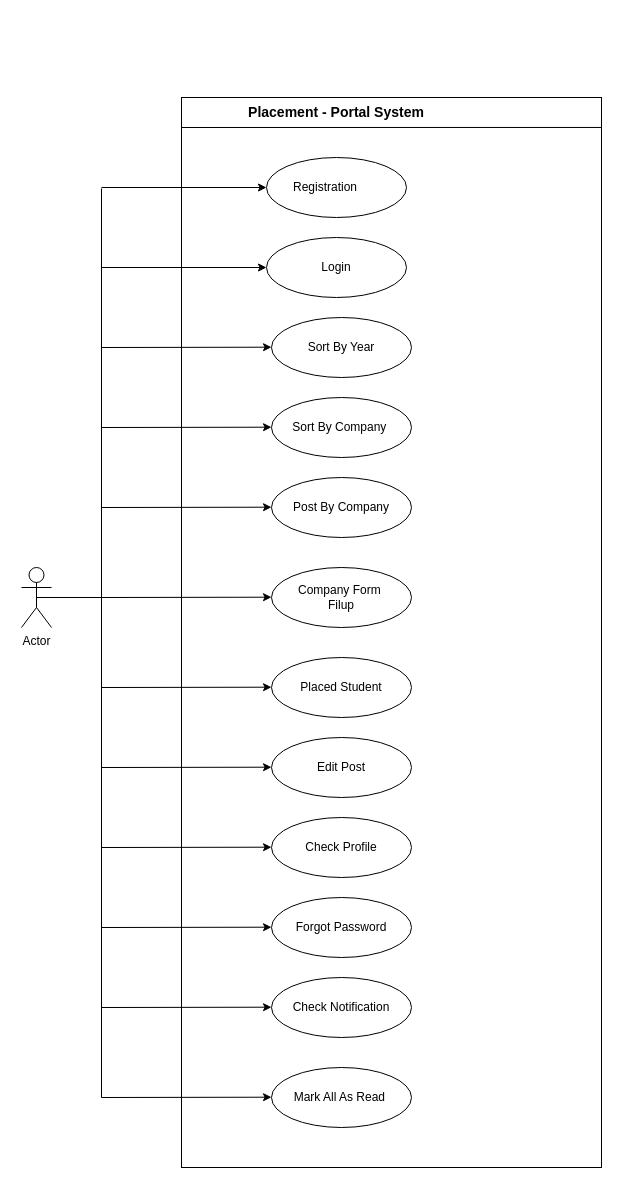
shalulaha/Minor_Project keeps this draw.io diagram as useCase.drawio. Above is the earlier version. Source tidied: cells renumbered, new cells numbered last; positions are measured from the earlier drawing's top-left corner, leaving out a move shared by most shapes. Both pictures are drawn from the tidied source at 100%, with x=0, y=0 at pixel (21, 97).
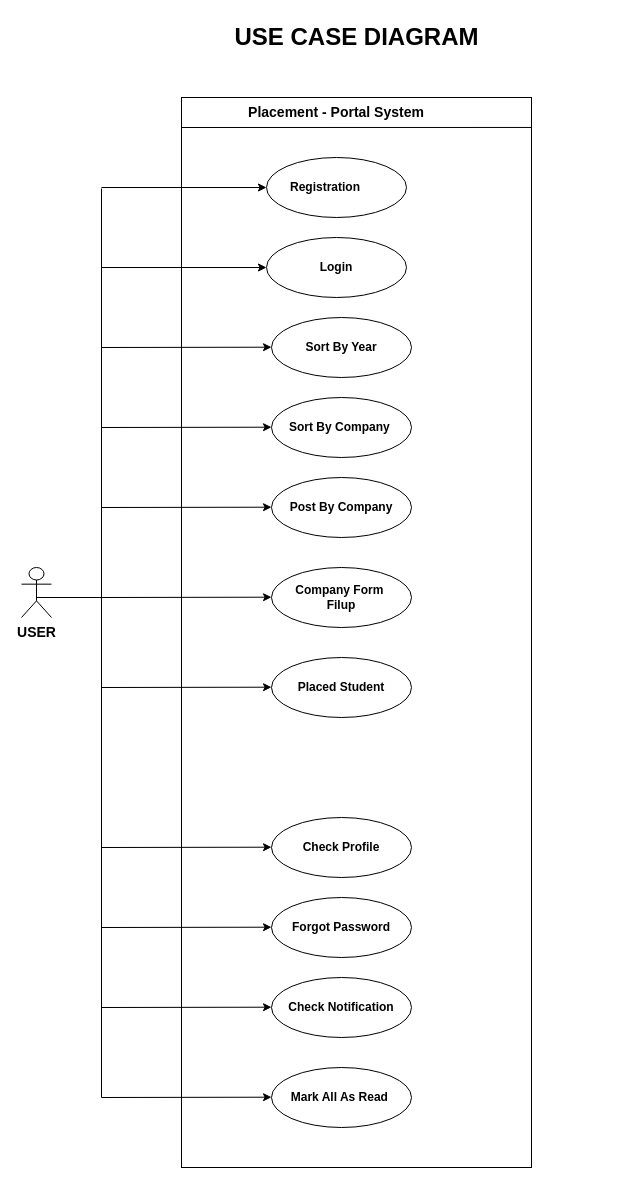
Above is the later version.

Change to the diagram source:
```diff
@@
     <mxCell id="2" style="rounded=0;whiteSpace=wrap;html=1;" parent="1" vertex="1">
-      <mxGeometry x="160" width="420" height="1070" as="geometry" />
+      <mxGeometry x="160" width="350" height="1070" as="geometry" />
     </mxCell>
@@
-    <mxCell id="6" value="Sort By Company&amp;nbsp;" style="ellipse;whiteSpace=wrap;html=1;" parent="1" vertex="1">
+    <mxCell id="6" value="&lt;b&gt;Sort By Company&amp;nbsp;&lt;/b&gt;" style="ellipse;whiteSpace=wrap;html=1;" parent="1" vertex="1">
       <mxGeometry x="250" y="300" width="140" height="60" as="geometry" />
     </mxCell>
-    <mxCell id="7" value="Sort By Year" style="ellipse;whiteSpace=wrap;html=1;" parent="1" vertex="1">
+    <mxCell id="7" value="&lt;b&gt;Sort By Year&lt;/b&gt;" style="ellipse;whiteSpace=wrap;html=1;" parent="1" vertex="1">
       <mxGeometry x="250" y="220" width="140" height="60" as="geometry" />
     </mxCell>
@@
-    <mxCell id="9" value="Post By Company" style="ellipse;whiteSpace=wrap;html=1;" parent="1" vertex="1">
+    <mxCell id="9" value="&lt;b&gt;Post By Company&lt;/b&gt;" style="ellipse;whiteSpace=wrap;html=1;" parent="1" vertex="1">
       <mxGeometry x="250" y="380" width="140" height="60" as="geometry" />
     </mxCell>
-    <mxCell id="10" value="Mark All As Read&amp;nbsp;" style="ellipse;whiteSpace=wrap;html=1;" parent="1" vertex="1">
+    <mxCell id="10" value="&lt;b&gt;Mark All As Read&amp;nbsp;&lt;/b&gt;" style="ellipse;whiteSpace=wrap;html=1;" parent="1" vertex="1">
       <mxGeometry x="250" y="970" width="140" height="60" as="geometry" />
     </mxCell>
-    <mxCell id="11" value="Company Form&amp;nbsp;&lt;div&gt;Filup&lt;/div&gt;" style="ellipse;whiteSpace=wrap;html=1;" parent="1" vertex="1">
+    <mxCell id="11" value="&lt;b&gt;Company Form&amp;nbsp;&lt;/b&gt;&lt;div&gt;&lt;b&gt;Filup&lt;/b&gt;&lt;/div&gt;" style="ellipse;whiteSpace=wrap;html=1;" parent="1" vertex="1">
       <mxGeometry x="250" y="470" width="140" height="60" as="geometry" />
     </mxCell>
-    <mxCell id="12" value="Placed Student" style="ellipse;whiteSpace=wrap;html=1;" parent="1" vertex="1">
+    <mxCell id="12" value="&lt;b&gt;Placed Student&lt;/b&gt;" style="ellipse;whiteSpace=wrap;html=1;" parent="1" vertex="1">
       <mxGeometry x="250" y="560" width="140" height="60" as="geometry" />
     </mxCell>
-    <mxCell id="13" value="Edit Post" style="ellipse;whiteSpace=wrap;html=1;" parent="1" vertex="1">
-      <mxGeometry x="250" y="640" width="140" height="60" as="geometry" />
-    </mxCell>
-    <mxCell id="14" value="Check Profile" style="ellipse;whiteSpace=wrap;html=1;" parent="1" vertex="1">
+    <mxCell id="14" value="&lt;b&gt;Check Profile&lt;/b&gt;" style="ellipse;whiteSpace=wrap;html=1;" parent="1" vertex="1">
       <mxGeometry x="250" y="720" width="140" height="60" as="geometry" />
     </mxCell>
-    <mxCell id="15" value="Forgot Password" style="ellipse;whiteSpace=wrap;html=1;" parent="1" vertex="1">
+    <mxCell id="15" value="&lt;b&gt;Forgot Password&lt;/b&gt;" style="ellipse;whiteSpace=wrap;html=1;" parent="1" vertex="1">
       <mxGeometry x="250" y="800" width="140" height="60" as="geometry" />
     </mxCell>
-    <mxCell id="16" value="Check Notification" style="ellipse;whiteSpace=wrap;html=1;" parent="1" vertex="1">
+    <mxCell id="16" value="&lt;b&gt;Check Notification&lt;/b&gt;" style="ellipse;whiteSpace=wrap;html=1;" parent="1" vertex="1">
       <mxGeometry x="250" y="880" width="140" height="60" as="geometry" />
     </mxCell>
-    <mxCell id="17" value="Registration" style="text;html=1;align=center;verticalAlign=middle;whiteSpace=wrap;rounded=0;" parent="1" vertex="1">
+    <mxCell id="17" value="&lt;b&gt;Registration&lt;/b&gt;" style="text;html=1;align=center;verticalAlign=middle;whiteSpace=wrap;rounded=0;" parent="1" vertex="1">
       <mxGeometry x="274" y="75" width="60" height="30" as="geometry" />
     </mxCell>
-    <mxCell id="18" value="Login" style="text;html=1;align=center;verticalAlign=middle;whiteSpace=wrap;rounded=0;" parent="1" vertex="1">
+    <mxCell id="18" value="&lt;b&gt;Login&lt;/b&gt;" style="text;html=1;align=center;verticalAlign=middle;whiteSpace=wrap;rounded=0;" parent="1" vertex="1">
       <mxGeometry x="285" y="155" width="60" height="30" as="geometry" />
     </mxCell>
-    <mxCell id="19" value="Actor" style="shape=umlActor;verticalLabelPosition=bottom;verticalAlign=top;html=1;" parent="1" vertex="1">
-      <mxGeometry y="470" width="30" height="60" as="geometry" />
-    </mxCell>
-    <mxCell id="20" style="endArrow=none;html=1;rounded=0;exitX=0.5;exitY=0.5;exitDx=0;exitDy=0;exitPerimeter=0;" parent="1" edge="1" source="19">
+    <mxCell id="20" style="endArrow=none;html=1;rounded=0;exitX=0.5;exitY=0.5;exitDx=0;exitDy=0;exitPerimeter=0;" parent="1" edge="1">
       <mxGeometry relative="1" as="geometry">
+        <mxPoint x="15" y="500" as="sourcePoint" />
         <mxPoint x="80" y="500" as="targetPoint" />
       </mxGeometry>
     </mxCell>
@@
-    <mxCell id="29" style="endArrow=classic;html=1;rounded=0;entryX=0;entryY=0.5;entryDx=0;entryDy=0;" parent="1" edge="1">
-      <mxGeometry relative="1" as="geometry">
-        <mxPoint x="80" y="670" as="sourcePoint" />
-        <mxPoint x="250" y="669.7" as="targetPoint" />
-      </mxGeometry>
-    </mxCell>
@@
+    <mxCell id="34" value="&lt;font style=&quot;font-size: 14px;&quot;&gt;&lt;b&gt;USER&lt;/b&gt;&lt;/font&gt;" style="shape=umlActor;verticalLabelPosition=bottom;verticalAlign=top;html=1;" parent="1" vertex="1">
+      <mxGeometry y="470" width="30" height="50" as="geometry" />
+    </mxCell>
+    <mxCell id="35" value="&lt;b&gt;&lt;font style=&quot;font-size: 24px;&quot;&gt;USE CASE DIAGRAM&lt;/font&gt;&lt;/b&gt;" style="text;html=1;align=center;verticalAlign=middle;strokeColor=none;fillColor=none;" parent="1" vertex="1">
+      <mxGeometry x="200" y="-80" width="270" height="40" as="geometry" />
+    </mxCell>
```
